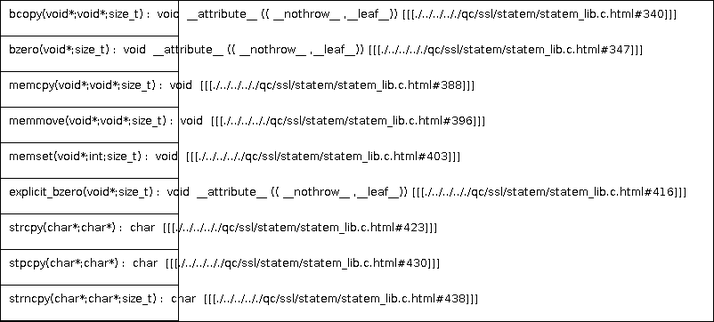
This is docs/qc/ssl/statem/statem_lib.c.png from qualitesys/openssl, a PlantUML export, as it was before one commit. Its source is kept beside it as docs/qc/ssl/statem/statem_lib.c.puml.
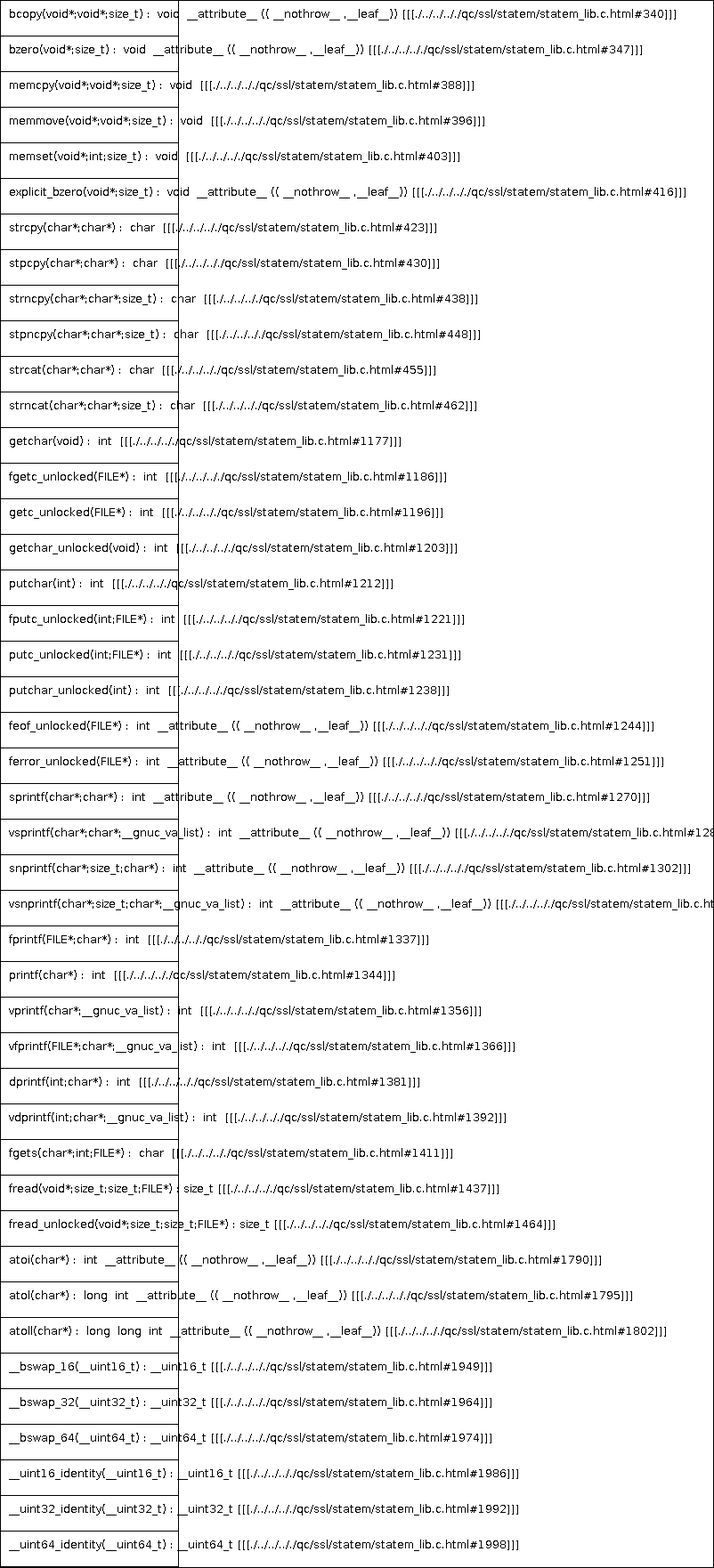
Later version of the same file.

Change to the diagram source:
```diff
@@ -10,5 +10,40 @@
 strcpy(char*;char*) :  char  [[[./../../.././qc/ssl/statem/statem_lib.c.html#423]]]
 stpcpy(char*;char*) :  char  [[[./../../.././qc/ssl/statem/statem_lib.c.html#430]]]
 strncpy(char*;char*;size_t) :  char  [[[./../../.././qc/ssl/statem/statem_lib.c.html#438]]]
+stpncpy(char*;char*;size_t) :  char  [[[./../../.././qc/ssl/statem/statem_lib.c.html#448]]]
+strcat(char*;char*) :  char  [[[./../../.././qc/ssl/statem/statem_lib.c.html#455]]]
+strncat(char*;char*;size_t) :  char  [[[./../../.././qc/ssl/statem/statem_lib.c.html#462]]]
+getchar(void) :  int  [[[./../../.././qc/ssl/statem/statem_lib.c.html#1177]]]
+fgetc_unlocked(FILE*) :  int  [[[./../../.././qc/ssl/statem/statem_lib.c.html#1186]]]
+getc_unlocked(FILE*) :  int  [[[./../../.././qc/ssl/statem/statem_lib.c.html#1196]]]
+getchar_unlocked(void) :  int  [[[./../../.././qc/ssl/statem/statem_lib.c.html#1203]]]
+putchar(int) :  int  [[[./../../.././qc/ssl/statem/statem_lib.c.html#1212]]]
+fputc_unlocked(int;FILE*) :  int  [[[./../../.././qc/ssl/statem/statem_lib.c.html#1221]]]
+putc_unlocked(int;FILE*) :  int  [[[./../../.././qc/ssl/statem/statem_lib.c.html#1231]]]
+putchar_unlocked(int) :  int  [[[./../../.././qc/ssl/statem/statem_lib.c.html#1238]]]
+feof_unlocked(FILE*) :  int  __attribute__ (( __nothrow__ ,__leaf__)) [[[./../../.././qc/ssl/statem/statem_lib.c.html#1244]]]
+ferror_unlocked(FILE*) :  int  __attribute__ (( __nothrow__ ,__leaf__)) [[[./../../.././qc/ssl/statem/statem_lib.c.html#1251]]]
+sprintf(char*;char*) :  int  __attribute__ (( __nothrow__ ,__leaf__)) [[[./../../.././qc/ssl/statem/statem_lib.c.html#1270]]]
+vsprintf(char*;char*;__gnuc_va_list) :  int  __attribute__ (( __nothrow__ ,__leaf__)) [[[./../../.././qc/ssl/statem/statem_lib.c.html#1283]]]
+snprintf(char*;size_t;char*) :  int  __attribute__ (( __nothrow__ ,__leaf__)) [[[./../../.././qc/ssl/statem/statem_lib.c.html#1302]]]
+vsnprintf(char*;size_t;char*;__gnuc_va_list) :  int  __attribute__ (( __nothrow__ ,__leaf__)) [[[./../../.././qc/ssl/statem/statem_lib.c.html#1316]]]
+fprintf(FILE*;char*) :  int  [[[./../../.././qc/ssl/statem/statem_lib.c.html#1337]]]
+printf(char*) :  int  [[[./../../.././qc/ssl/statem/statem_lib.c.html#1344]]]
+vprintf(char*;__gnuc_va_list) :  int  [[[./../../.././qc/ssl/statem/statem_lib.c.html#1356]]]
+vfprintf(FILE*;char*;__gnuc_va_list) :  int  [[[./../../.././qc/ssl/statem/statem_lib.c.html#1366]]]
+dprintf(int;char*) :  int  [[[./../../.././qc/ssl/statem/statem_lib.c.html#1381]]]
+vdprintf(int;char*;__gnuc_va_list) :  int  [[[./../../.././qc/ssl/statem/statem_lib.c.html#1392]]]
+fgets(char*;int;FILE*) :  char  [[[./../../.././qc/ssl/statem/statem_lib.c.html#1411]]]
+fread(void*;size_t;size_t;FILE*) : size_t [[[./../../.././qc/ssl/statem/statem_lib.c.html#1437]]]
+fread_unlocked(void*;size_t;size_t;FILE*) : size_t [[[./../../.././qc/ssl/statem/statem_lib.c.html#1464]]]
+atoi(char*) :  int  __attribute__ (( __nothrow__ ,__leaf__)) [[[./../../.././qc/ssl/statem/statem_lib.c.html#1790]]]
+atol(char*) :  long  int  __attribute__ (( __nothrow__ ,__leaf__)) [[[./../../.././qc/ssl/statem/statem_lib.c.html#1795]]]
+atoll(char*) :  long  long  int  __attribute__ (( __nothrow__ ,__leaf__)) [[[./../../.././qc/ssl/statem/statem_lib.c.html#1802]]]
+__bswap_16(__uint16_t) : __uint16_t [[[./../../.././qc/ssl/statem/statem_lib.c.html#1949]]]
+__bswap_32(__uint32_t) : __uint32_t [[[./../../.././qc/ssl/statem/statem_lib.c.html#1964]]]
+__bswap_64(__uint64_t) : __uint64_t [[[./../../.././qc/ssl/statem/statem_lib.c.html#1974]]]
+__uint16_identity(__uint16_t) : __uint16_t [[[./../../.././qc/ssl/statem/statem_lib.c.html#1986]]]
+__uint32_identity(__uint32_t) : __uint32_t [[[./../../.././qc/ssl/statem/statem_lib.c.html#1992]]]
+__uint64_identity(__uint64_t) : __uint64_t [[[./../../.././qc/ssl/statem/statem_lib.c.html#1998]]]
 }
 @enduml
```
